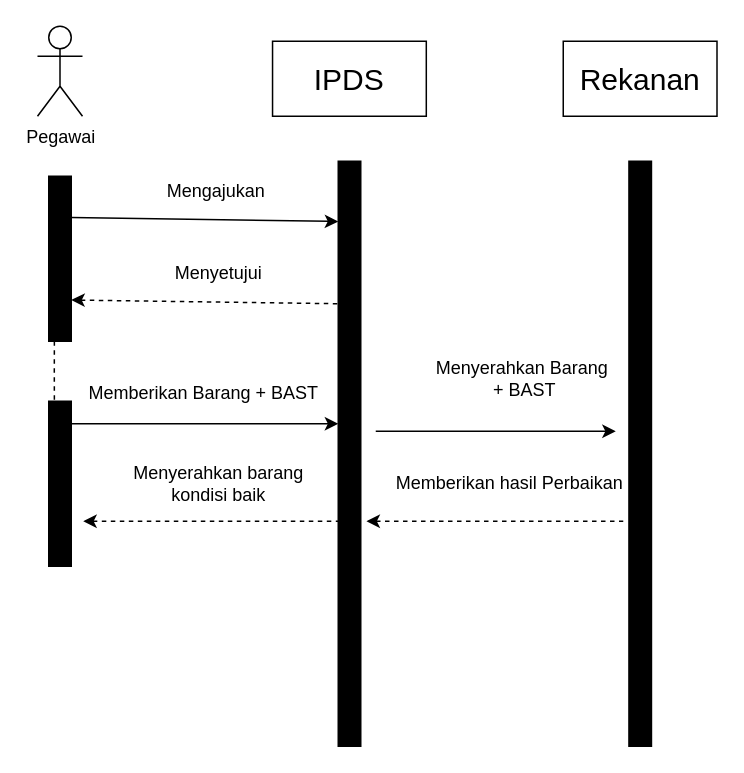
This is page "Sequence Diagram" (1 of 2) of Untitled Diagram.drawio from phoenix351/smokol, a draw.io file, before an edit. Source tidied: cells renumbered, new cells numbered last; positions are measured from the earlier drawing's top-left corner, leaving out a move shared by most shapes. Both pictures are drawn from the tidied source at 150%, with x=0, y=0 at pixel (38, 26).
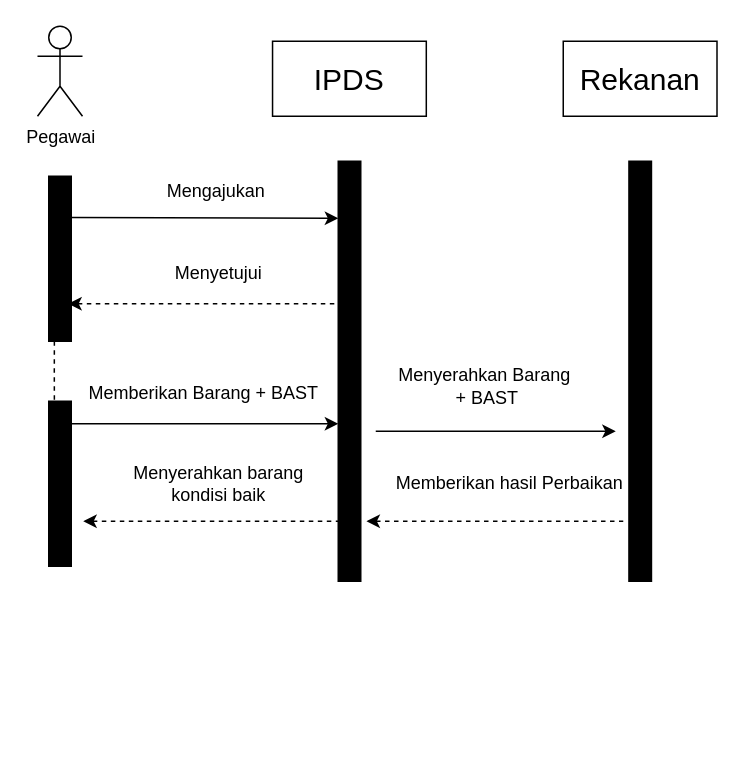
The same page after the edit.

Unchanged cells that the change refers to:
```xml
<mxCell id="5" style="rounded=0;whiteSpace=wrap;html=1;fillColor=#000000;" parent="1" vertex="1">
  <mxGeometry x="7" y="100" width="15" height="110" as="geometry" />
</mxCell>
```

The edit, as a diff of the source:
```diff
@@
     <mxCell id="3" style="rounded=0;whiteSpace=wrap;html=1;strokeColor=#000000;fillColor=#000000;" parent="1" vertex="1">
-      <mxGeometry x="200" y="90" width="15" height="390" as="geometry" />
+      <mxGeometry x="200" y="90" width="15" height="280" as="geometry" />
     </mxCell>
@@
     <mxCell id="7" style="rounded=0;whiteSpace=wrap;html=1;fillColor=#000000;" parent="1" vertex="1">
-      <mxGeometry x="393.8" y="90" width="15" height="390" as="geometry" />
+      <mxGeometry x="393.8" y="90" width="15" height="280" as="geometry" />
     </mxCell>
@@
-    <mxCell id="9" style="endArrow=classic;html=1;rounded=0;entryX=0;entryY=0.103;entryDx=0;entryDy=0;entryPerimeter=0;exitX=1;exitY=0.25;exitDx=0;exitDy=0;startArrow=none;startFill=0;endFill=1;" parent="1" edge="1" source="5" target="3">
-      <mxGeometry relative="1" as="geometry" />
+    <mxCell id="9" style="endArrow=classic;html=1;rounded=0;exitX=1;exitY=0.25;exitDx=0;exitDy=0;startArrow=none;startFill=0;endFill=1;" parent="1" edge="1" source="5">
+      <mxGeometry relative="1" as="geometry">
+        <mxPoint x="200" y="128" as="targetPoint" />
+      </mxGeometry>
     </mxCell>
@@
-    <mxCell id="11" style="endArrow=none;html=1;rounded=0;entryX=0;entryY=0.103;entryDx=0;entryDy=0;entryPerimeter=0;exitX=1;exitY=0.75;exitDx=0;exitDy=0;startArrow=classic;startFill=1;endFill=0;dashed=1;" parent="1" edge="1" source="5">
+    <mxCell id="11" style="endArrow=none;html=1;rounded=0;entryX=0;entryY=0.103;entryDx=0;entryDy=0;entryPerimeter=0;startArrow=classic;startFill=1;endFill=0;dashed=1;" parent="1" edge="1">
       <mxGeometry relative="1" as="geometry">
+        <mxPoint x="20" y="185" as="sourcePoint" />
         <mxPoint x="200" y="185" as="targetPoint" />
       </mxGeometry>
     </mxCell>
@@
     <mxCell id="16" value="Menyerahkan Barang&amp;nbsp; &lt;br&gt;+ BAST" style="text;html=1;align=center;verticalAlign=middle;strokeColor=none;fillColor=none;" parent="1" vertex="1">
-      <mxGeometry x="253.8" y="215" width="140" height="40" as="geometry" />
+      <mxGeometry x="228.8" y="220" width="140" height="40" as="geometry" />
     </mxCell>
```
